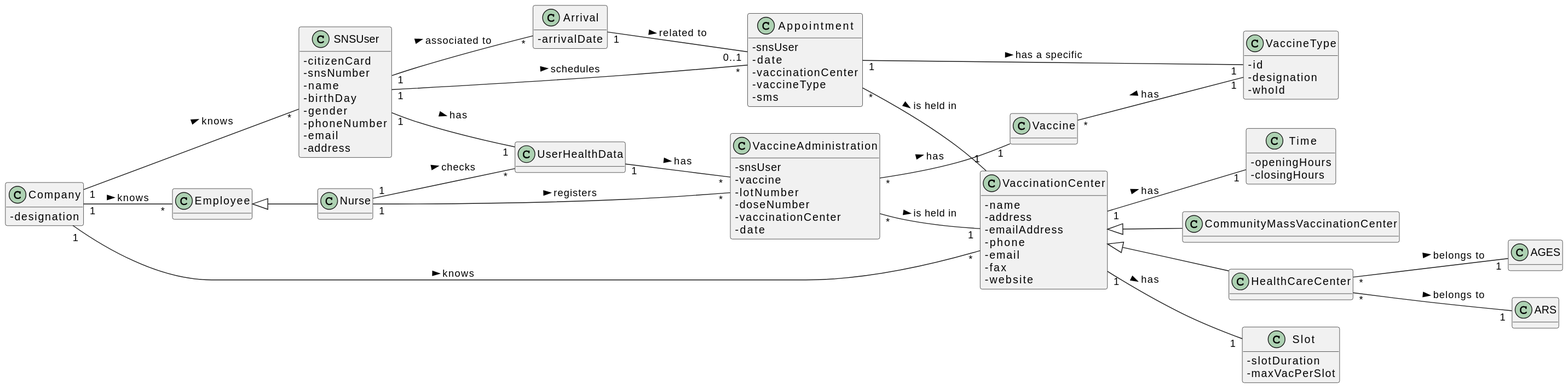
miseEnPlace-i/lapr2 keeps this PlantUML diagram as docs/SprintD/US08/DM/US08_DM.svg. Above is the earlier version. Source of this version:
```plantuml
@startuml
hide methods
left to right direction
skinparam classAttributeIconSize 0

class Company {
  -designation
}

class CommunityMassVaccinationCenter {}

class HealthCareCenter {}

class VaccinationCenter {
  -name
  -address
  -emailAddress
  -phone
  -email
  -fax
  -website
}

class Vaccine {}

class VaccineType {
  -id
  -designation
  -whoId
}

class SNSUser {
  - citizenCard
  - snsNumber
  - name
  - birthDay
  - gender
  - phoneNumber
  - email
  - address
}

class Slot {
  -slotDuration
  -maxVacPerSlot
}

class Time {
  -openingHours
  -closingHours
}

class UserHealthData {}

class Employee {}

class Nurse {}

class AGES {}

class ARS {}

class Appointment {
  -snsUser
  -date
  -vaccinationCenter
  -vaccineType
  -sms
}

class Arrival {
  - arrivalDate
}

class VaccineAdministration {
  -snsUser
  -vaccine
  -lotNumber
  -doseNumber
  -vaccinationCenter
  -date
}

Arrival "1" -- "0..1" Appointment : related to >

Vaccine "*" -- "1" VaccineType : has <

Employee <|-- Nurse

Nurse "1" -- "*" UserHealthData : checks >
Nurse "1" -- "*" VaccineAdministration : registers >

VaccinationCenter <|-- CommunityMassVaccinationCenter
VaccinationCenter <|-- HealthCareCenter

VaccinationCenter "1" -- "1" Slot : has >
VaccinationCenter "1" -- "1" Time : has >

HealthCareCenter "*" -- "1" AGES : belongs to >
HealthCareCenter "*" -- "1" ARS : belongs to >

Appointment "*" -- "1" VaccinationCenter : is held in >
Appointment "1" -- "1" VaccineType : has a specific >

SNSUser "1" -- "*" Appointment : schedules >
SNSUser "1" -- "*" Arrival : associated to >
SNSUser "1" -- "1" UserHealthData : has >

Company "1" -- "*" Employee : knows >
Company "1" -- "*" VaccinationCenter : knows >
Company "1" -- "*" SNSUser : knows >

VaccineAdministration "*" -- "1" Vaccine : has >
VaccineAdministration "*" -- "1" VaccinationCenter : is held in >

UserHealthData "1" -- "*" VaccineAdministration : has >
@enduml
```
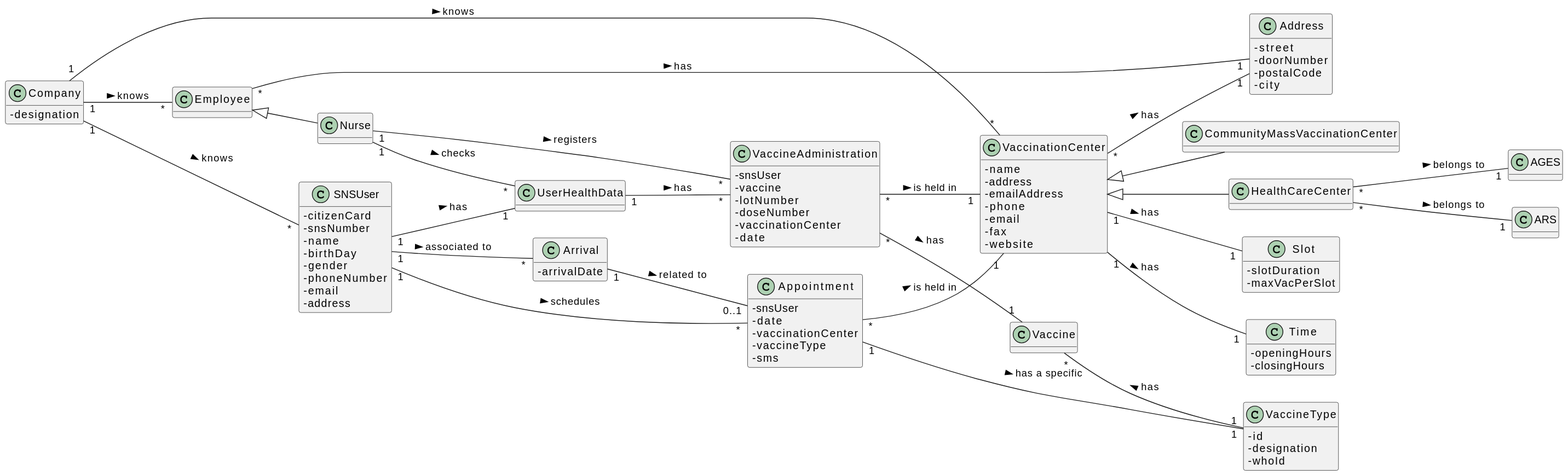
After the change.

Change to the diagram source:
```diff
@@ -81,6 +81,13 @@
   -date
 }
 
+class Address {
+  - street
+  - doorNumber
+  - postalCode
+  - city
+}
+
 Arrival "1" -- "0..1" Appointment : related to >
 
 Vaccine "*" -- "1" VaccineType : has <
@@ -99,6 +106,9 @@
 HealthCareCenter "*" -- "1" AGES : belongs to >
 HealthCareCenter "*" -- "1" ARS : belongs to >
 
+Employee "*" -- "1" Address : has >
+VaccinationCenter "*" -- "1" Address : has >
+
 Appointment "*" -- "1" VaccinationCenter : is held in >
 Appointment "1" -- "1" VaccineType : has a specific >
 
```
